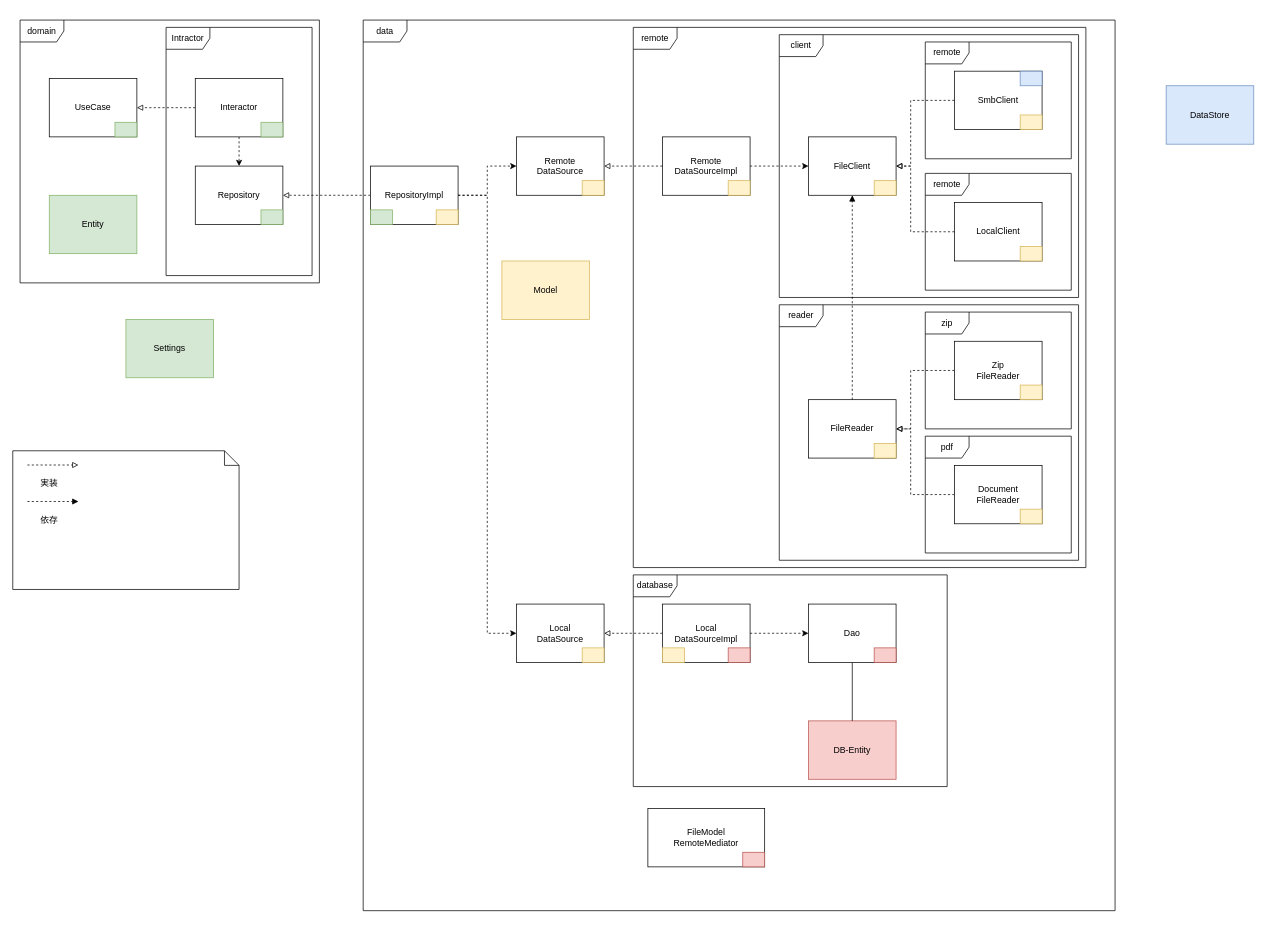
The draw.io diagram docs/architecture.drawio in SorrowBlue/ComicViewer, before the edit. Source tidied: cells renumbered, new cells numbered last; positions are measured from the earlier drawing's top-left corner, leaving out a move shared by most shapes. Both pictures are drawn from the tidied source at 73%, with x=0, y=0 at pixel (12, 20).
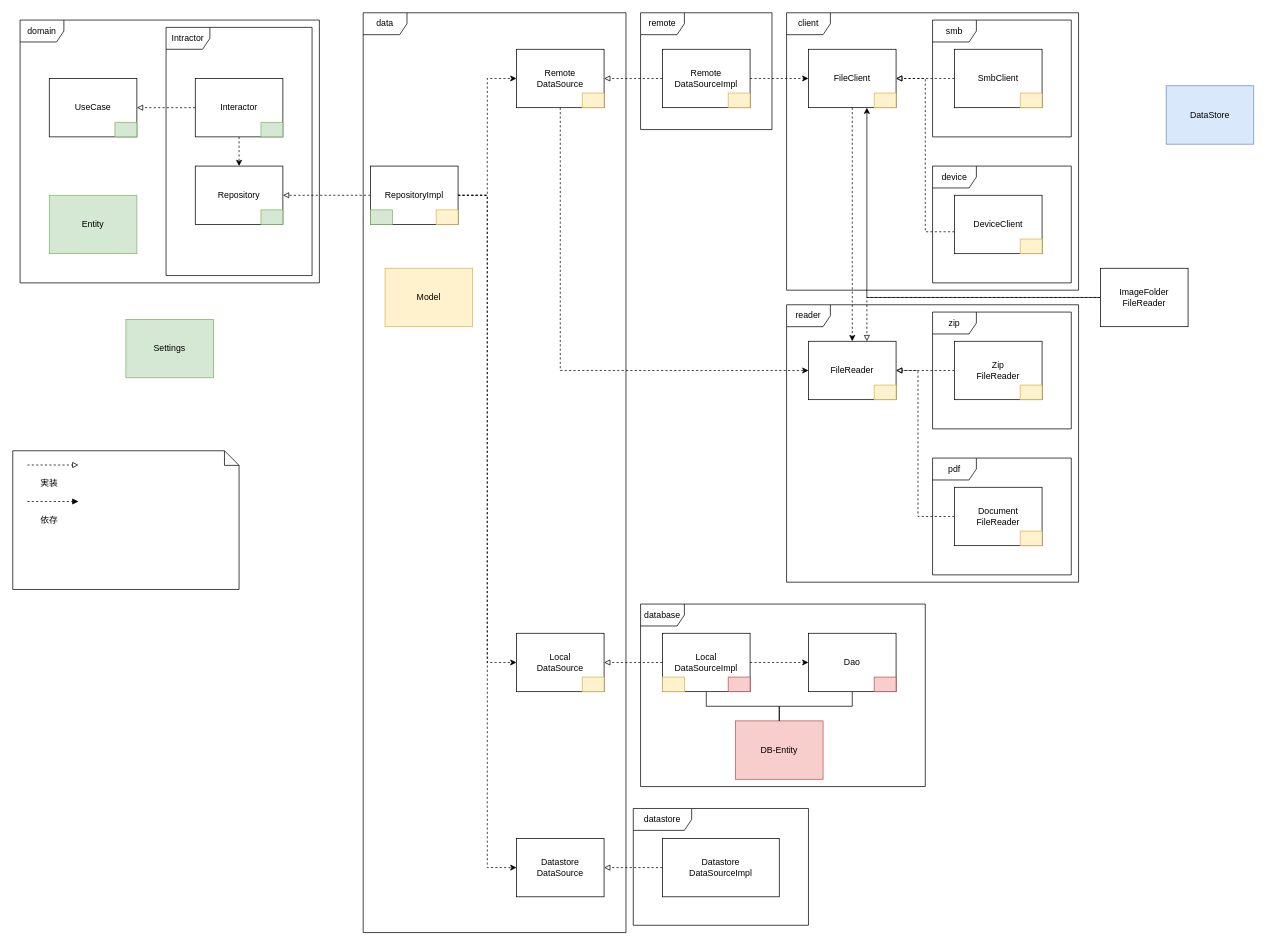
Above is the later version.

The change refers to these unchanged cells:
```xml
<mxCell id="16" value="RepositoryImpl" style="rounded=0;whiteSpace=wrap;html=1;" parent="1" vertex="1">
  <mxGeometry x="490" y="200" width="120" height="80" as="geometry" />
</mxCell>
<mxCell id="46" value="Zip&lt;br&gt;FileReader" style="rounded=0;whiteSpace=wrap;html=1;" parent="1" vertex="1">
  <mxGeometry x="1290" y="440" width="120" height="80" as="geometry" />
</mxCell>
```

The edit, as a diff of the source:
```diff
@@
+    <mxCell id="4" value="client" style="shape=umlFrame;whiteSpace=wrap;html=1;" parent="1" vertex="1">
+      <mxGeometry x="1060" y="-10" width="400" height="380" as="geometry" />
+    </mxCell>
+    <mxCell id="7" value="reader" style="shape=umlFrame;whiteSpace=wrap;html=1;" parent="1" vertex="1">
+      <mxGeometry x="1060" y="390" width="400" height="380" as="geometry" />
+    </mxCell>
+    <mxCell id="74" value="datastore" style="shape=umlFrame;whiteSpace=wrap;html=1;width=80;height=30;" parent="1" vertex="1">
+      <mxGeometry x="850" y="1080" width="240" height="160" as="geometry" />
+    </mxCell>
     <mxCell id="2" value="data" style="shape=umlFrame;whiteSpace=wrap;html=1;" parent="1" vertex="1">
-      <mxGeometry x="480" width="1030" height="1220" as="geometry" />
+      <mxGeometry x="480" y="-10" width="360" height="1260" as="geometry" />
     </mxCell>
     <mxCell id="3" value="remote" style="shape=umlFrame;whiteSpace=wrap;html=1;" parent="1" vertex="1">
-      <mxGeometry x="850" y="10" width="620" height="740" as="geometry" />
+      <mxGeometry x="860" y="-10" width="180" height="160" as="geometry" />
     </mxCell>
-    <mxCell id="4" value="client" style="shape=umlFrame;whiteSpace=wrap;html=1;" parent="1" vertex="1">
-      <mxGeometry x="1050" y="20" width="410" height="360" as="geometry" />
-    </mxCell>
-    <mxCell id="5" value="remote" style="shape=umlFrame;whiteSpace=wrap;html=1;" parent="1" vertex="1">
-      <mxGeometry x="1250" y="30" width="200" height="160" as="geometry" />
+    <mxCell id="5" value="smb" style="shape=umlFrame;whiteSpace=wrap;html=1;" parent="1" vertex="1">
+      <mxGeometry x="1260" width="190" height="160" as="geometry" />
     </mxCell>
-    <mxCell id="6" value="remote" style="shape=umlFrame;whiteSpace=wrap;html=1;" parent="1" vertex="1">
-      <mxGeometry x="1250" y="210" width="200" height="160" as="geometry" />
+    <mxCell id="6" value="device" style="shape=umlFrame;whiteSpace=wrap;html=1;" parent="1" vertex="1">
+      <mxGeometry x="1260" y="200" width="190" height="160" as="geometry" />
     </mxCell>
-    <mxCell id="7" value="reader" style="shape=umlFrame;whiteSpace=wrap;html=1;" parent="1" vertex="1">
-      <mxGeometry x="1050" y="390" width="410" height="350" as="geometry" />
-    </mxCell>
@@
     <mxCell id="17" value="Remote&lt;br&gt;DataSource" style="rounded=0;whiteSpace=wrap;html=1;" parent="1" vertex="1">
-      <mxGeometry x="690" y="160" width="120" height="80" as="geometry" />
+      <mxGeometry x="690" y="40" width="120" height="80" as="geometry" />
     </mxCell>
     <mxCell id="18" value="Local&lt;br&gt;DataSource" style="rounded=0;whiteSpace=wrap;html=1;" parent="1" vertex="1">
-      <mxGeometry x="690" y="800" width="120" height="80" as="geometry" />
+      <mxGeometry x="690" y="840" width="120" height="80" as="geometry" />
     </mxCell>
     <mxCell id="19" style="edgeStyle=orthogonalEdgeStyle;rounded=0;jettySize=auto;html=1;dashed=1;exitX=1;exitY=0.5;exitDx=0;exitDy=0;" parent="1" edge="1" source="16" target="17">
       <mxGeometry relative="1" as="geometry">
         <Array as="points">
           <mxPoint x="650" y="240" />
-          <mxPoint x="650" y="200" />
+          <mxPoint x="650" y="80" />
         </Array>
       </mxGeometry>
     </mxCell>
     <mxCell id="20" style="edgeStyle=orthogonalEdgeStyle;rounded=0;jettySize=auto;html=1;dashed=1;" parent="1" edge="1" source="16" target="18">
       <mxGeometry relative="1" as="geometry">
         <Array as="points">
           <mxPoint x="650" y="240" />
-          <mxPoint x="650" y="840" />
+          <mxPoint x="650" y="880" />
         </Array>
       </mxGeometry>
     </mxCell>
     <mxCell id="21" value="database" style="shape=umlFrame;whiteSpace=wrap;html=1;" parent="1" vertex="1">
-      <mxGeometry x="850" y="760" width="430" height="290" as="geometry" />
+      <mxGeometry x="860" y="800" width="390" height="250" as="geometry" />
     </mxCell>
     <mxCell id="22" value="Remote&lt;br&gt;DataSourceImpl" style="rounded=0;whiteSpace=wrap;html=1;" parent="1" vertex="1">
-      <mxGeometry x="890" y="160" width="120" height="80" as="geometry" />
+      <mxGeometry x="890" y="40" width="120" height="80" as="geometry" />
     </mxCell>
@@
     <mxCell id="24" value="SmbClient" style="rounded=0;whiteSpace=wrap;html=1;" parent="1" vertex="1">
-      <mxGeometry x="1290" y="70" width="120" height="80" as="geometry" />
+      <mxGeometry x="1290" y="40" width="120" height="80" as="geometry" />
     </mxCell>
-    <mxCell id="25" value="LocalClient" style="rounded=0;whiteSpace=wrap;html=1;" parent="1" vertex="1">
-      <mxGeometry x="1290" y="250" width="120" height="80" as="geometry" />
+    <mxCell id="25" value="DeviceClient" style="rounded=0;whiteSpace=wrap;html=1;" parent="1" vertex="1">
+      <mxGeometry x="1290" y="240" width="120" height="80" as="geometry" />
     </mxCell>
@@
     <mxCell id="27" value="FileClient" style="rounded=0;whiteSpace=wrap;html=1;" parent="1" vertex="1">
-      <mxGeometry x="1090" y="160" width="120" height="80" as="geometry" />
+      <mxGeometry x="1090" y="40" width="120" height="80" as="geometry" />
     </mxCell>
     <mxCell id="28" style="edgeStyle=orthogonalEdgeStyle;rounded=0;jettySize=auto;html=1;endArrow=block;endFill=0;dashed=1;" parent="1" edge="1" source="25" target="27">
       <mxGeometry relative="1" as="geometry">
         <Array as="points">
-          <mxPoint x="1230" y="290" />
-          <mxPoint x="1230" y="200" />
+          <mxPoint x="1250" y="290" />
+          <mxPoint x="1250" y="80" />
         </Array>
       </mxGeometry>
     </mxCell>
     <mxCell id="29" style="edgeStyle=orthogonalEdgeStyle;rounded=0;jettySize=auto;html=1;endArrow=block;endFill=0;dashed=1;" parent="1" edge="1" source="24" target="27">
       <mxGeometry relative="1" as="geometry">
         <Array as="points">
-          <mxPoint x="1230" y="110" />
-          <mxPoint x="1230" y="200" />
+          <mxPoint x="1270" y="80" />
+          <mxPoint x="1270" y="80" />
         </Array>
       </mxGeometry>
     </mxCell>
-    <mxCell id="30" style="edgeStyle=orthogonalEdgeStyle;rounded=0;jettySize=auto;html=1;dashed=1;endArrow=block;endFill=1;" parent="1" edge="1" source="31" target="27">
-      <mxGeometry relative="1" as="geometry" />
-    </mxCell>
     <mxCell id="31" value="FileReader" style="rounded=0;whiteSpace=wrap;html=1;" parent="1" vertex="1">
-      <mxGeometry x="1090" y="520" width="120" height="80" as="geometry" />
+      <mxGeometry x="1090" y="440" width="120" height="80" as="geometry" />
     </mxCell>
-    <mxCell id="32" value="FileModel&lt;br&gt;RemoteMediator" style="rounded=0;whiteSpace=wrap;html=1;" parent="1" vertex="1">
-      <mxGeometry x="870" y="1080" width="160" height="80" as="geometry" />
+    <mxCell id="32" value="Datastore&lt;br&gt;DataSourceImpl" style="rounded=0;whiteSpace=wrap;html=1;" parent="1" vertex="1">
+      <mxGeometry x="890" y="1121" width="160" height="80" as="geometry" />
     </mxCell>
     <mxCell id="33" value="DB-Entity" style="rounded=0;whiteSpace=wrap;html=1;fillColor=#f8cecc;strokeColor=#b85450;" parent="1" vertex="1">
-      <mxGeometry x="1090" y="960" width="120" height="80" as="geometry" />
+      <mxGeometry x="990" y="960" width="120" height="80" as="geometry" />
     </mxCell>
@@
     <mxCell id="42" value="Dao" style="rounded=0;whiteSpace=wrap;html=1;" parent="1" vertex="1">
-      <mxGeometry x="1090" y="800" width="120" height="80" as="geometry" />
+      <mxGeometry x="1090" y="840" width="120" height="80" as="geometry" />
     </mxCell>
     <mxCell id="43" value="Local&lt;br&gt;DataSourceImpl" style="rounded=0;whiteSpace=wrap;html=1;" parent="1" vertex="1">
-      <mxGeometry x="890" y="800" width="120" height="80" as="geometry" />
+      <mxGeometry x="890" y="840" width="120" height="80" as="geometry" />
     </mxCell>
     <mxCell id="44" value="zip" style="shape=umlFrame;whiteSpace=wrap;html=1;" parent="1" vertex="1">
-      <mxGeometry x="1250" y="400" width="200" height="160" as="geometry" />
+      <mxGeometry x="1260" y="400" width="190" height="160" as="geometry" />
     </mxCell>
     <mxCell id="45" style="edgeStyle=orthogonalEdgeStyle;rounded=0;jettySize=auto;html=1;dashed=1;endArrow=block;endFill=0;" parent="1" edge="1" source="46" target="31">
       <mxGeometry relative="1" as="geometry">
         <Array as="points">
           <mxPoint x="1230" y="480" />
-          <mxPoint x="1230" y="560" />
+          <mxPoint x="1230" y="480" />
         </Array>
       </mxGeometry>
     </mxCell>
@@
     <mxCell id="47" value="pdf" style="shape=umlFrame;whiteSpace=wrap;html=1;" parent="1" vertex="1">
-      <mxGeometry x="1250" y="570" width="200" height="160" as="geometry" />
+      <mxGeometry x="1260" y="600" width="190" height="160" as="geometry" />
     </mxCell>
     <mxCell id="48" style="edgeStyle=orthogonalEdgeStyle;rounded=0;jettySize=auto;html=1;dashed=1;endArrow=block;endFill=0;" parent="1" edge="1" source="49" target="31">
       <mxGeometry relative="1" as="geometry">
         <Array as="points">
-          <mxPoint x="1230" y="650" />
-          <mxPoint x="1230" y="560" />
+          <mxPoint x="1240" y="680" />
+          <mxPoint x="1240" y="480" />
         </Array>
       </mxGeometry>
     </mxCell>
     <mxCell id="49" value="Document&lt;br&gt;FileReader" style="rounded=0;whiteSpace=wrap;html=1;" parent="1" vertex="1">
-      <mxGeometry x="1290" y="610" width="120" height="80" as="geometry" />
+      <mxGeometry x="1290" y="640" width="120" height="80" as="geometry" />
     </mxCell>
@@
     <mxCell id="56" value="Model" style="rounded=0;whiteSpace=wrap;html=1;fillColor=#fff2cc;strokeColor=#d6b656;" parent="1" vertex="1">
-      <mxGeometry x="670" y="330" width="120" height="80" as="geometry" />
+      <mxGeometry x="510" y="340" width="120" height="80" as="geometry" />
     </mxCell>
@@
     <mxCell id="58" style="rounded=0;whiteSpace=wrap;html=1;fillColor=#fff2cc;strokeColor=#d6b656;" parent="1" vertex="1">
-      <mxGeometry x="780" y="220" width="30" height="20" as="geometry" />
+      <mxGeometry x="780" y="100" width="30" height="20" as="geometry" />
     </mxCell>
     <mxCell id="59" style="rounded=0;whiteSpace=wrap;html=1;fillColor=#fff2cc;strokeColor=#d6b656;" parent="1" vertex="1">
-      <mxGeometry x="980" y="220" width="30" height="20" as="geometry" />
+      <mxGeometry x="980" y="100" width="30" height="20" as="geometry" />
     </mxCell>
     <mxCell id="60" style="rounded=0;whiteSpace=wrap;html=1;fillColor=#fff2cc;strokeColor=#d6b656;" parent="1" vertex="1">
-      <mxGeometry x="1180" y="220" width="30" height="20" as="geometry" />
+      <mxGeometry x="1180" y="100" width="30" height="20" as="geometry" />
     </mxCell>
     <mxCell id="61" style="rounded=0;whiteSpace=wrap;html=1;fillColor=#fff2cc;strokeColor=#d6b656;" parent="1" vertex="1">
-      <mxGeometry x="1380" y="130" width="30" height="20" as="geometry" />
+      <mxGeometry x="1380" y="100" width="30" height="20" as="geometry" />
     </mxCell>
     <mxCell id="62" style="rounded=0;whiteSpace=wrap;html=1;fillColor=#fff2cc;strokeColor=#d6b656;" parent="1" vertex="1">
-      <mxGeometry x="1380" y="310" width="30" height="20" as="geometry" />
+      <mxGeometry x="1380" y="300" width="30" height="20" as="geometry" />
     </mxCell>
@@
     <mxCell id="64" style="rounded=0;whiteSpace=wrap;html=1;fillColor=#fff2cc;strokeColor=#d6b656;" parent="1" vertex="1">
-      <mxGeometry x="1380" y="670" width="30" height="20" as="geometry" />
+      <mxGeometry x="1380" y="700" width="30" height="20" as="geometry" />
     </mxCell>
     <mxCell id="65" style="rounded=0;whiteSpace=wrap;html=1;fillColor=#fff2cc;strokeColor=#d6b656;" parent="1" vertex="1">
-      <mxGeometry x="1180" y="580" width="30" height="20" as="geometry" />
+      <mxGeometry x="1180" y="500" width="30" height="20" as="geometry" />
     </mxCell>
     <mxCell id="66" style="rounded=0;whiteSpace=wrap;html=1;fillColor=#fff2cc;strokeColor=#d6b656;" parent="1" vertex="1">
-      <mxGeometry x="780" y="860" width="30" height="20" as="geometry" />
+      <mxGeometry x="780" y="900" width="30" height="20" as="geometry" />
     </mxCell>
     <mxCell id="67" style="rounded=0;whiteSpace=wrap;html=1;fillColor=#fff2cc;strokeColor=#d6b656;" parent="1" vertex="1">
-      <mxGeometry x="890" y="860" width="30" height="20" as="geometry" />
+      <mxGeometry x="890" y="900" width="30" height="20" as="geometry" />
     </mxCell>
     <mxCell id="68" style="rounded=0;whiteSpace=wrap;html=1;fillColor=#f8cecc;strokeColor=#b85450;" parent="1" vertex="1">
-      <mxGeometry x="980" y="860" width="30" height="20" as="geometry" />
+      <mxGeometry x="980" y="900" width="30" height="20" as="geometry" />
     </mxCell>
     <mxCell id="69" style="rounded=0;whiteSpace=wrap;html=1;fillColor=#f8cecc;strokeColor=#b85450;" parent="1" vertex="1">
-      <mxGeometry x="1180" y="860" width="30" height="20" as="geometry" />
+      <mxGeometry x="1180" y="900" width="30" height="20" as="geometry" />
     </mxCell>
-    <mxCell id="70" style="rounded=0;whiteSpace=wrap;html=1;fillColor=#f8cecc;strokeColor=#b85450;" parent="1" vertex="1">
-      <mxGeometry x="1000" y="1140" width="30" height="20" as="geometry" />
-    </mxCell>
@@
-    <mxCell id="72" style="rounded=0;whiteSpace=wrap;html=1;fillColor=#dae8fc;strokeColor=#6c8ebf;" parent="1" vertex="1">
-      <mxGeometry x="1380" y="70" width="30" height="20" as="geometry" />
-    </mxCell>
@@
+    <mxCell id="75" value="Datastore&lt;br&gt;DataSource" style="rounded=0;whiteSpace=wrap;html=1;" parent="1" vertex="1">
+      <mxGeometry x="690" y="1121" width="120" height="80" as="geometry" />
+    </mxCell>
+    <mxCell id="76" style="edgeStyle=orthogonalEdgeStyle;rounded=0;jettySize=auto;html=1;dashed=1;endArrow=block;endFill=0;" parent="1" edge="1" source="32" target="75">
+      <mxGeometry relative="1" as="geometry" />
+    </mxCell>
+    <mxCell id="77" style="edgeStyle=orthogonalEdgeStyle;rounded=0;jettySize=auto;html=1;dashed=1;" parent="1" edge="1" source="16" target="75">
+      <mxGeometry relative="1" as="geometry">
+        <Array as="points">
+          <mxPoint x="650" y="240" />
+          <mxPoint x="650" y="1161" />
+        </Array>
+      </mxGeometry>
+    </mxCell>
+    <mxCell id="78" style="edgeStyle=orthogonalEdgeStyle;rounded=0;jettySize=auto;html=1;endArrow=none;endFill=0;" parent="1" edge="1" source="43" target="33">
+      <mxGeometry relative="1" as="geometry" />
+    </mxCell>
+    <mxCell id="79" style="edgeStyle=orthogonalEdgeStyle;rounded=0;jettySize=auto;html=1;dashed=1;exitX=0.5;exitY=1;exitDx=0;exitDy=0;" parent="1" edge="1" source="27" target="31">
+      <mxGeometry relative="1" as="geometry">
+        <Array as="points">
+          <mxPoint x="1150" y="290" />
+          <mxPoint x="1150" y="290" />
+        </Array>
+      </mxGeometry>
+    </mxCell>
+    <mxCell id="80" style="edgeStyle=orthogonalEdgeStyle;rounded=0;jettySize=auto;html=1;dashed=1;entryX=0;entryY=0.5;entryDx=0;entryDy=0;" parent="1" edge="1" source="17" target="31">
+      <mxGeometry relative="1" as="geometry">
+        <Array as="points">
+          <mxPoint x="750" y="480" />
+        </Array>
+      </mxGeometry>
+    </mxCell>
+    <mxCell id="81" style="edgeStyle=orthogonalEdgeStyle;rounded=0;jettySize=auto;html=1;" parent="1" edge="1" source="83" target="27">
+      <mxGeometry relative="1" as="geometry">
+        <Array as="points">
+          <mxPoint x="1170" y="380" />
+        </Array>
+      </mxGeometry>
+    </mxCell>
+    <mxCell id="82" style="edgeStyle=orthogonalEdgeStyle;rounded=0;jettySize=auto;html=1;dashed=1;endArrow=block;endFill=0;" parent="1" edge="1" source="83" target="31">
+      <mxGeometry relative="1" as="geometry">
+        <Array as="points">
+          <mxPoint x="1170" y="380" />
+        </Array>
+      </mxGeometry>
+    </mxCell>
+    <mxCell id="83" value="ImageFolder&lt;br&gt;FileReader" style="rounded=0;whiteSpace=wrap;html=1;" parent="1" vertex="1">
+      <mxGeometry x="1490" y="340" width="120" height="80" as="geometry" />
+    </mxCell>
```
